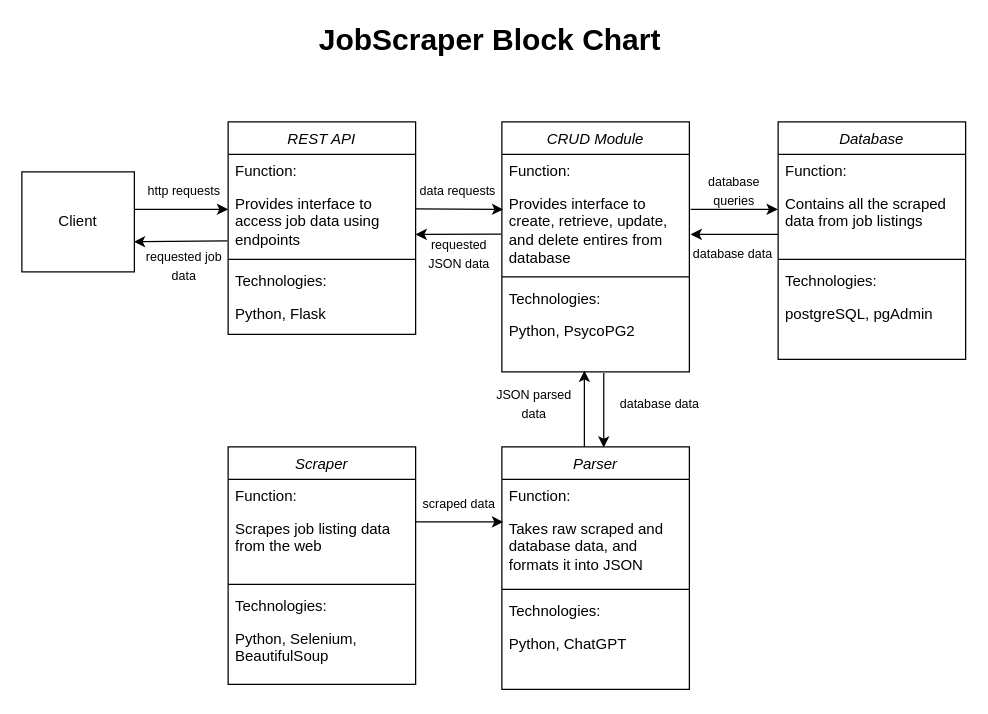
The draw.io diagram documentation/draw-io-files/job-scraper-block-chart.drawio in sunghogo/job-scraper, before the edit. Source tidied: cells renumbered, new cells numbered last; positions are measured from the earlier drawing's top-left corner, leaving out a move shared by most shapes. Both pictures are drawn from the tidied source at 125%, with x=0, y=0 at pixel (21, 21).
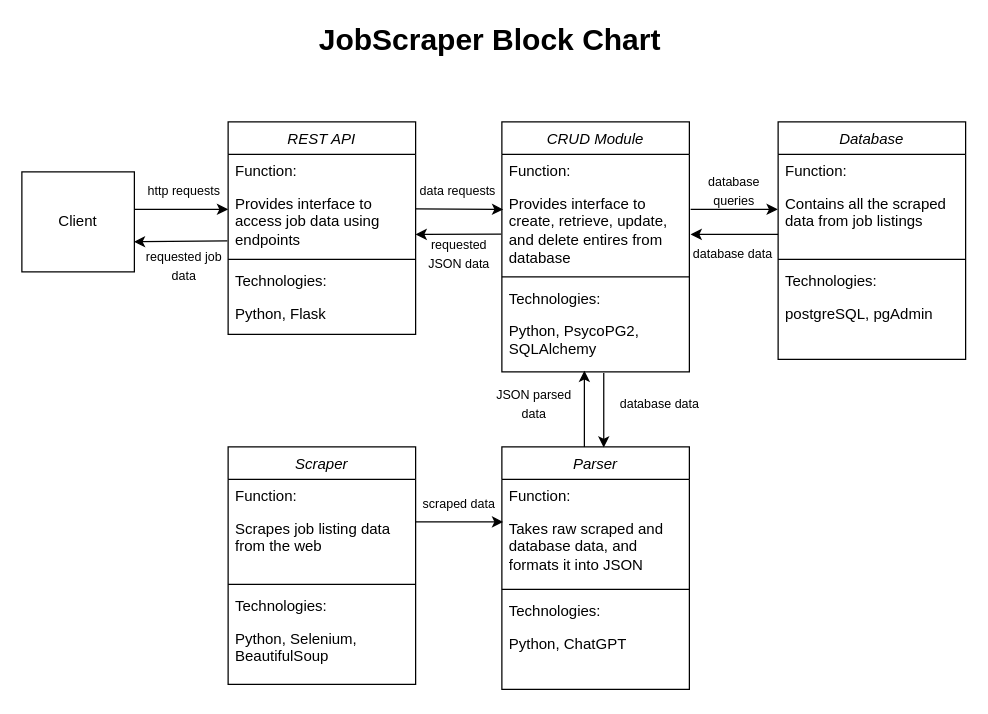
The same diagram, later.

Commit message (it also covers changes not shown here):
job-scraper-database-ERD: Include SQLAlchemy in CRUD Module technologies

The change refers to these unchanged cells:
```xml
<mxCell id="27" value="CRUD Module" style="swimlane;fontStyle=2;align=center;verticalAlign=top;horizontal=1;startSize=26;rounded=0;shadow=0;strokeWidth=1;" parent="1" vertex="1">
  <mxGeometry x="384" y="80" width="150" height="200" as="geometry" />
</mxCell>
```

Change to the diagram source:
```diff
@@
-    <mxCell id="32" value="Python, PsycoPG2" style="text;align=left;verticalAlign=top;spacingLeft=4;spacingRight=4;overflow=hidden;whiteSpace=wrap;" parent="27" vertex="1">
+    <mxCell id="32" value="Python, PsycoPG2, SQLAlchemy" style="text;align=left;verticalAlign=top;spacingLeft=4;spacingRight=4;overflow=hidden;whiteSpace=wrap;" parent="27" vertex="1">
       <mxGeometry y="154" width="150" height="46" as="geometry" />
     </mxCell>
```
